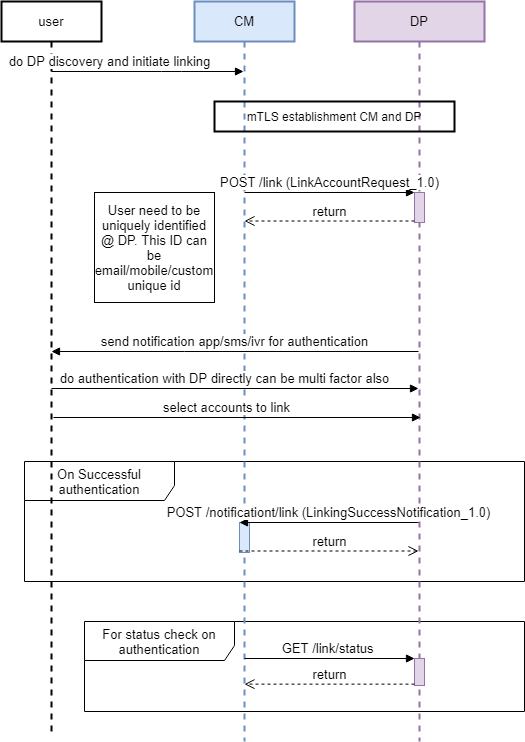
This is seqDiagram/accountLinking-CMSide.png from iSPIRT/DEPA, a draw.io export, as it was before one commit. Source tidied: cells renumbered, new cells last; positions are measured from the earlier drawing's top-left corner, leaving out a move shared by most shapes.
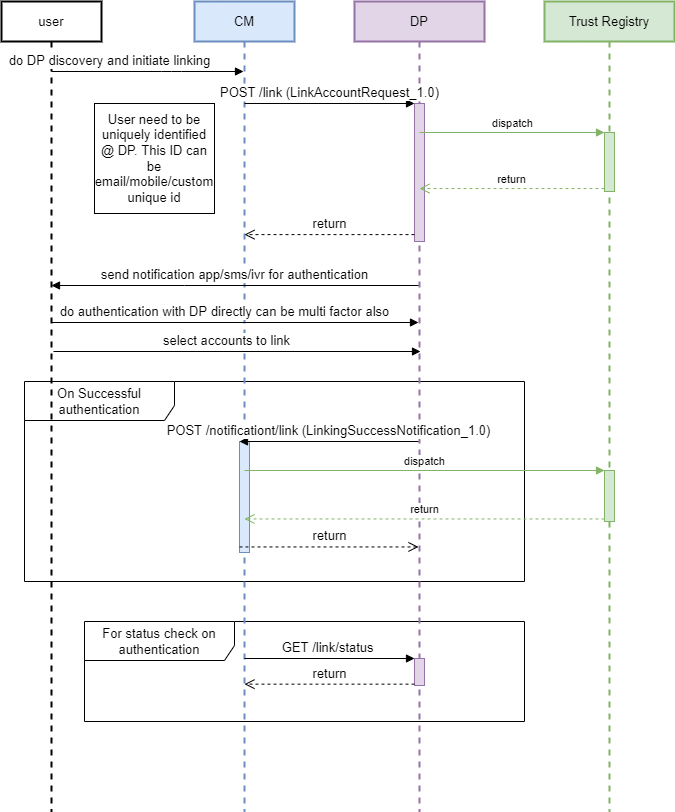
Above is the later version.

Change to the diagram source:
```diff
@@ -3,16 +3,16 @@
     <mxCell id="0" />
     <mxCell id="1" parent="0" />
     <mxCell id="2" value="For status check on authentication" style="shape=umlFrame;whiteSpace=wrap;html=1;width=150;height=39;fontSize=13;" parent="1" vertex="1">
-      <mxGeometry x="83" y="620" width="440" height="90" as="geometry" />
+      <mxGeometry x="83" y="620" width="440" height="100" as="geometry" />
     </mxCell>
     <mxCell id="3" value="On Successful authentication" style="shape=umlFrame;whiteSpace=wrap;html=1;width=150;height=39;fontSize=13;" parent="1" vertex="1">
-      <mxGeometry x="23" y="460" width="500" height="120" as="geometry" />
+      <mxGeometry x="23" y="380" width="500" height="200" as="geometry" />
     </mxCell>
     <mxCell id="4" value="user" style="shape=umlLifeline;perimeter=lifelinePerimeter;whiteSpace=wrap;html=1;outlineConnect=0;strokeWidth=2;fontSize=13;" parent="1" vertex="1">
-      <mxGeometry width="100" height="730" as="geometry" />
+      <mxGeometry width="100" height="810" as="geometry" />
     </mxCell>
     <mxCell id="5" value="CM" style="shape=umlLifeline;perimeter=lifelinePerimeter;whiteSpace=wrap;html=1;outlineConnect=0;fillColor=#dae8fc;strokeColor=#6c8ebf;strokeWidth=2;fontSize=13;" parent="1" vertex="1">
-      <mxGeometry x="193" width="100" height="740" as="geometry" />
+      <mxGeometry x="193" width="100" height="810" as="geometry" />
     </mxCell>
     <mxCell id="6" value="do DP discovery and initiate linking" style="html=1;verticalAlign=bottom;endArrow=block;fontSize=13;" parent="1" edge="1" source="4" target="5">
       <mxGeometry x="-0.4" relative="1" as="geometry">
@@ -22,54 +22,48 @@
       </mxGeometry>
     </mxCell>
     <mxCell id="7" value="DP" style="shape=umlLifeline;perimeter=lifelinePerimeter;whiteSpace=wrap;html=1;outlineConnect=0;fillColor=#e1d5e7;strokeColor=#9673a6;strokeWidth=2;fontSize=13;" parent="1" vertex="1">
-      <mxGeometry x="353" width="130" height="740" as="geometry" />
+      <mxGeometry x="353" width="130" height="810" as="geometry" />
     </mxCell>
     <mxCell id="8" value="send notification app/sms/ivr for authentication" style="html=1;verticalAlign=bottom;endArrow=block;rounded=0;fontSize=13;" parent="1" edge="1">
       <mxGeometry relative="1" as="geometry">
-        <mxPoint x="417" y="350" as="sourcePoint" />
-        <mxPoint x="50" y="350" as="targetPoint" />
+        <mxPoint x="417" y="284" as="sourcePoint" />
+        <mxPoint x="50" y="284" as="targetPoint" />
         <Array as="points">
-          <mxPoint x="183" y="350" />
+          <mxPoint x="183" y="284" />
         </Array>
       </mxGeometry>
     </mxCell>
     <mxCell id="9" value="do authentication with DP directly can be multi factor also" style="html=1;verticalAlign=bottom;endArrow=block;rounded=0;fontSize=13;" parent="1" edge="1">
       <mxGeometry x="-0.06" relative="1" as="geometry">
-        <mxPoint x="50" y="387" as="sourcePoint" />
-        <mxPoint x="417" y="387" as="targetPoint" />
+        <mxPoint x="50" y="321" as="sourcePoint" />
+        <mxPoint x="417" y="321" as="targetPoint" />
         <Array as="points">
-          <mxPoint x="247.5" y="387" />
+          <mxPoint x="247.5" y="321" />
         </Array>
       </mxGeometry>
     </mxCell>
     <mxCell id="10" value="User need to be uniquely identified @ DP. This ID can be email/mobile/custom unique id" style="text;html=1;fillColor=none;align=center;verticalAlign=middle;whiteSpace=wrap;rounded=0;fontSize=13;strokeColor=#000000;" parent="1" vertex="1">
-      <mxGeometry x="93" y="191" width="120" height="110" as="geometry" />
+      <mxGeometry x="93" y="102" width="120" height="110" as="geometry" />
     </mxCell>
     <mxCell id="11" style="html=1;points=[];perimeter=orthogonalPerimeter;fillColor=#e1d5e7;strokeColor=#9673a6;fontSize=13;" parent="1" vertex="1">
-      <mxGeometry x="413" y="191" width="10" height="30" as="geometry" />
+      <mxGeometry x="413" y="102" width="10" height="138" as="geometry" />
     </mxCell>
     <mxCell id="12" value="POST /link (LinkAccountRequest_1.0)&lt;span style=&quot;font-size: 13px&quot;&gt;&lt;br style=&quot;font-size: 13px&quot;&gt;&lt;/span&gt;" style="html=1;verticalAlign=bottom;endArrow=block;entryX=0;entryY=0;fontSize=13;" parent="1" edge="1" target="11">
       <mxGeometry relative="1" as="geometry">
-        <mxPoint x="243" y="191" as="sourcePoint" />
+        <mxPoint x="243" y="102" as="sourcePoint" />
       </mxGeometry>
     </mxCell>
-    <mxCell id="13" value="return" style="html=1;verticalAlign=bottom;endArrow=open;dashed=1;endSize=8;exitX=0;exitY=0.95;fontSize=13;" parent="1" edge="1" source="11">
-      <mxGeometry relative="1" as="geometry">
-        <mxPoint x="243" y="219.5" as="targetPoint" />
-      </mxGeometry>
+    <mxCell id="13" value="return" style="html=1;verticalAlign=bottom;endArrow=open;dashed=1;endSize=8;exitX=0;exitY=0.95;fontSize=13;" parent="1" edge="1" source="11" target="5">
+      <mxGeometry relative="1" as="geometry" />
     </mxCell>
     <mxCell id="14" style="html=1;points=[];perimeter=orthogonalPerimeter;fillColor=#dae8fc;strokeColor=#6c8ebf;fontSize=13;" parent="1" vertex="1">
-      <mxGeometry x="238" y="521" width="10" height="30" as="geometry" />
+      <mxGeometry x="238" y="440" width="10" height="111" as="geometry" />
     </mxCell>
-    <mxCell id="15" value="&lt;span style=&quot;font-size: 13px&quot;&gt;POST /notificationt/link (LinkingSuccessNotification_1.0)&lt;/span&gt;" style="html=1;verticalAlign=bottom;endArrow=block;entryX=0;entryY=0;fontSize=13;" parent="1" edge="1" target="14">
-      <mxGeometry relative="1" as="geometry">
-        <mxPoint x="417" y="521" as="sourcePoint" />
-      </mxGeometry>
+    <mxCell id="15" value="&lt;span style=&quot;font-size: 13px&quot;&gt;POST /notificationt/link (LinkingSuccessNotification_1.0)&lt;/span&gt;" style="html=1;verticalAlign=bottom;endArrow=block;entryX=0;entryY=0;fontSize=13;" parent="1" edge="1" source="7" target="14">
+      <mxGeometry relative="1" as="geometry" />
     </mxCell>
-    <mxCell id="16" value="return" style="html=1;verticalAlign=bottom;endArrow=open;dashed=1;endSize=8;exitX=0;exitY=0.95;fontSize=13;" parent="1" edge="1" source="14">
-      <mxGeometry relative="1" as="geometry">
-        <mxPoint x="417" y="549.5" as="targetPoint" />
-      </mxGeometry>
+    <mxCell id="16" value="return" style="html=1;verticalAlign=bottom;endArrow=open;dashed=1;endSize=8;exitX=0;exitY=0.95;fontSize=13;" parent="1" edge="1" source="14" target="7">
+      <mxGeometry relative="1" as="geometry" />
     </mxCell>
     <mxCell id="17" style="edgeStyle=none;rounded=0;orthogonalLoop=1;jettySize=auto;html=1;exitX=0.5;exitY=1;exitDx=0;exitDy=0;fontSize=13;" parent="1" edge="1">
       <mxGeometry relative="1" as="geometry">
@@ -92,15 +86,33 @@
     </mxCell>
     <mxCell id="21" value="select accounts to link" style="html=1;verticalAlign=bottom;endArrow=block;rounded=0;fontSize=13;" parent="1" edge="1">
       <mxGeometry x="-0.06" relative="1" as="geometry">
-        <mxPoint x="52" y="416" as="sourcePoint" />
-        <mxPoint x="419" y="416" as="targetPoint" />
+        <mxPoint x="52" y="350" as="sourcePoint" />
+        <mxPoint x="419" y="350" as="targetPoint" />
         <Array as="points">
-          <mxPoint x="249.5" y="416" />
+          <mxPoint x="249.5" y="350" />
         </Array>
       </mxGeometry>
     </mxCell>
-    <mxCell id="22" value="mTLS establishment CM and DP" style="text;html=1;fillColor=none;align=center;verticalAlign=middle;whiteSpace=wrap;rounded=0;fontSize=12;strokeWidth=2;strokeColor=#000000;" parent="1" vertex="1">
-      <mxGeometry x="213" y="100" width="240" height="30" as="geometry" />
-    </mxCell>
+    <mxCell id="23" value="Trust Registry" style="shape=umlLifeline;perimeter=lifelinePerimeter;whiteSpace=wrap;html=1;fillColor=#d5e8d4;strokeColor=#82b366;strokeWidth=2;fontSize=13;" parent="1" vertex="1">
+      <mxGeometry x="543" width="130" height="810" as="geometry" />
+    </mxCell>
+    <mxCell id="24" style="html=1;points=[];perimeter=orthogonalPerimeter;fillColor=#d5e8d4;strokeColor=#82b366;" parent="23" vertex="1">
+      <mxGeometry x="60" y="131" width="10" height="59" as="geometry" />
+    </mxCell>
+    <mxCell id="25" style="html=1;points=[];perimeter=orthogonalPerimeter;fillColor=#d5e8d4;strokeColor=#82b366;" parent="23" vertex="1">
+      <mxGeometry x="60" y="469" width="10" height="51" as="geometry" />
+    </mxCell>
+    <mxCell id="26" value="dispatch" style="html=1;verticalAlign=bottom;endArrow=block;entryX=0;entryY=0;rounded=0;fillColor=#d5e8d4;strokeColor=#82b366;" parent="1" edge="1" source="7" target="24">
+      <mxGeometry relative="1" as="geometry" />
+    </mxCell>
+    <mxCell id="27" value="return" style="html=1;verticalAlign=bottom;endArrow=open;dashed=1;endSize=8;exitX=0;exitY=0.95;rounded=0;fillColor=#d5e8d4;strokeColor=#82b366;" parent="1" edge="1" source="24" target="7">
+      <mxGeometry relative="1" as="geometry" />
+    </mxCell>
+    <mxCell id="28" value="dispatch" style="html=1;verticalAlign=bottom;endArrow=block;entryX=0;entryY=0;rounded=0;fillColor=#d5e8d4;strokeColor=#82b366;" parent="1" edge="1" source="5" target="25">
+      <mxGeometry relative="1" as="geometry" />
+    </mxCell>
+    <mxCell id="29" value="return" style="html=1;verticalAlign=bottom;endArrow=open;dashed=1;endSize=8;exitX=0;exitY=0.95;rounded=0;fillColor=#d5e8d4;strokeColor=#82b366;" parent="1" edge="1" source="25" target="5">
+      <mxGeometry relative="1" as="geometry" />
+    </mxCell>
   </root>
 </mxGraphModel>
```
